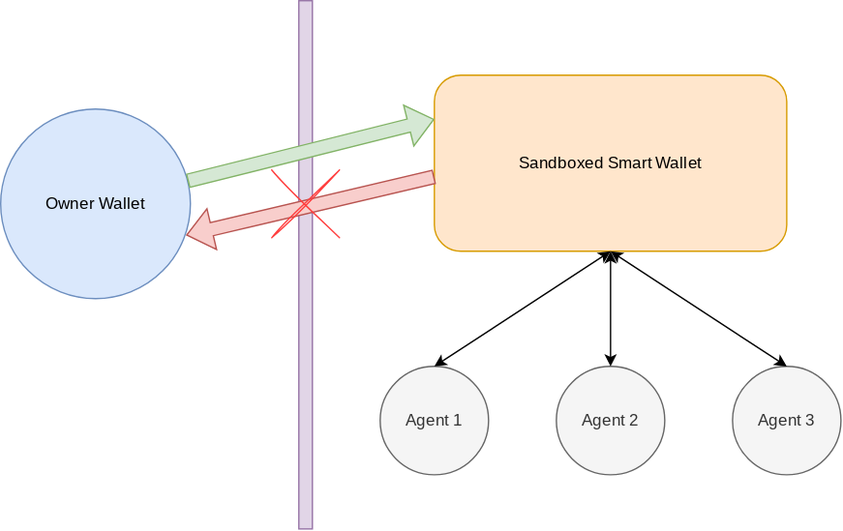
nxt3d/ERCs keeps this draw.io diagram as assets/erc-8199/Multi-SandboxedSmartWallet.svg. Above is the earlier version. Source tidied: cells renumbered, new cells last; positions are measured from the earlier drawing's top-left corner, leaving out a move shared by most shapes.
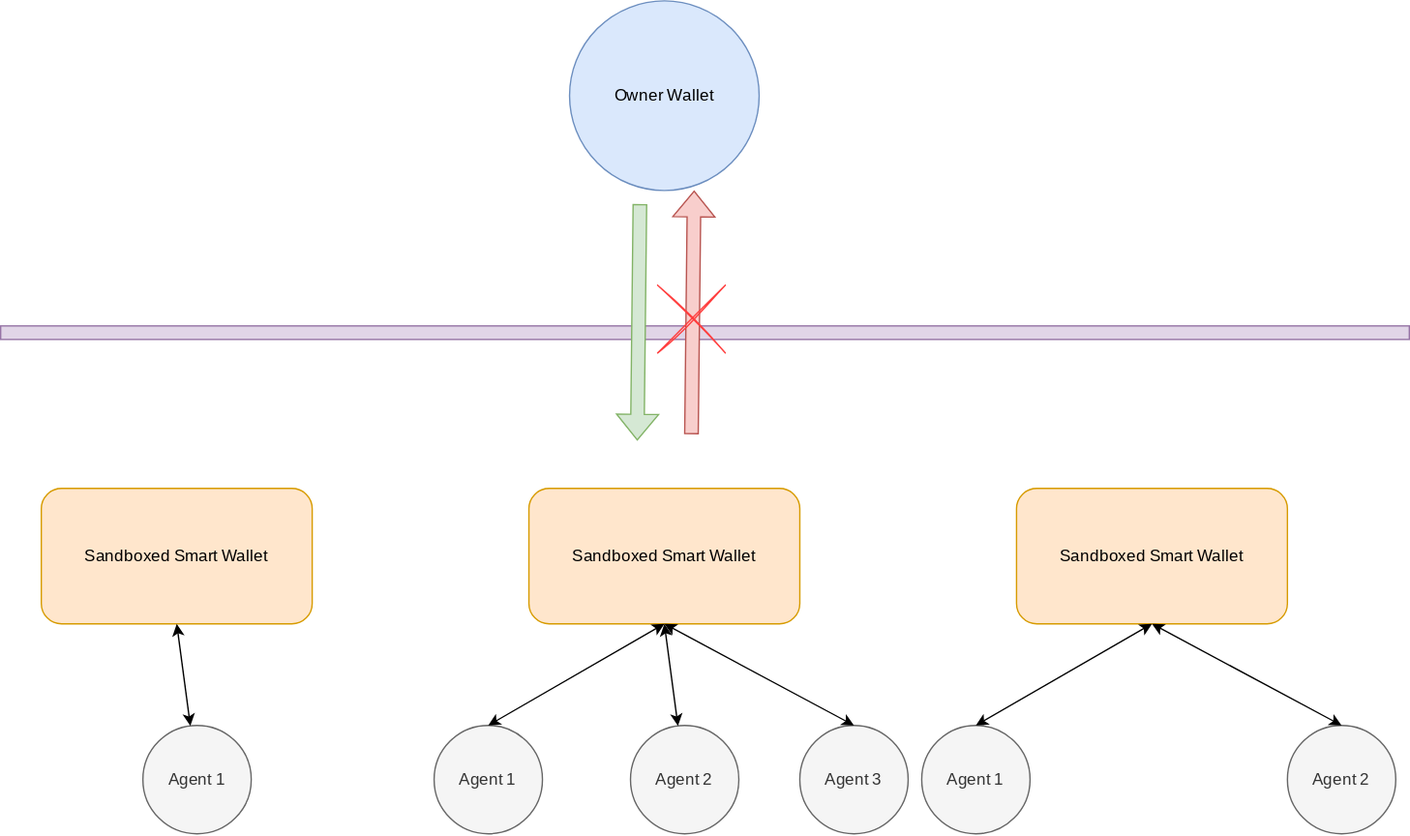
After the commit.

Diff of the diagram source:
```diff
@@ -2,43 +2,71 @@
   <root>
     <mxCell id="0" />
     <mxCell id="1" parent="0" />
-    <mxCell id="2" value="Sandboxed Smart Wallet" style="rounded=1;whiteSpace=wrap;html=1;hachureGap=4;fontFamily=Architects Daughter;fontSource=https%3A%2F%2Ffonts.googleapis.com%2Fcss%3Ffamily%3DArchitects%2BDaughter;fillColor=#ffe6cc;strokeColor=#d79b00;" parent="1" vertex="1">
-      <mxGeometry x="320" y="55" width="260" height="130" as="geometry" />
-    </mxCell>
+    <mxCell id="14" value="Sandboxed Smart Wallet" style="rounded=1;whiteSpace=wrap;html=1;hachureGap=4;fontFamily=Architects Daughter;fontSource=https%3A%2F%2Ffonts.googleapis.com%2Fcss%3Ffamily%3DArchitects%2BDaughter;fillColor=#ffe6cc;strokeColor=#d79b00;" parent="1" vertex="1">
+      <mxGeometry x="1100" y="10" width="200" height="100" as="geometry" />
+    </mxCell>
     <mxCell id="3" value="Owner Wallet" style="ellipse;whiteSpace=wrap;html=1;hachureGap=4;fontFamily=Architects Daughter;fontSource=https%3A%2F%2Ffonts.googleapis.com%2Fcss%3Ffamily%3DArchitects%2BDaughter;fillColor=#dae8fc;strokeColor=#6c8ebf;" parent="1" vertex="1">
-      <mxGeometry y="80" width="140" height="140" as="geometry" />
+      <mxGeometry x="1130" y="-350" width="140" height="140" as="geometry" />
     </mxCell>
-    <mxCell id="4" style="rounded=0;whiteSpace=wrap;html=1;hachureGap=4;fontFamily=Architects Daughter;fontSource=https%3A%2F%2Ffonts.googleapis.com%2Fcss%3Ffamily%3DArchitects%2BDaughter;fillColor=#e1d5e7;strokeColor=#9673a6;" parent="1" vertex="1">
-      <mxGeometry x="220" width="10" height="390" as="geometry" />
-    </mxCell>
-    <mxCell id="5" value="Agent 1" style="ellipse;whiteSpace=wrap;html=1;hachureGap=4;fontFamily=Architects Daughter;fontSource=https%3A%2F%2Ffonts.googleapis.com%2Fcss%3Ffamily%3DArchitects%2BDaughter;fillColor=#f5f5f5;strokeColor=#666666;fontColor=#333333;" parent="1" vertex="1">
-      <mxGeometry x="280" y="270" width="80" height="80" as="geometry" />
-    </mxCell>
+    <mxCell id="15" style="rounded=0;whiteSpace=wrap;html=1;hachureGap=4;fontFamily=Architects Daughter;fontSource=https%3A%2F%2Ffonts.googleapis.com%2Fcss%3Ffamily%3DArchitects%2BDaughter;fillColor=#e1d5e7;strokeColor=#9673a6;direction=south;" parent="1" vertex="1">
+      <mxGeometry x="710" y="-110" width="1040" height="10" as="geometry" />
+    </mxCell>
+    <mxCell id="16" value="Agent 1" style="ellipse;whiteSpace=wrap;html=1;hachureGap=4;fontFamily=Architects Daughter;fontSource=https%3A%2F%2Ffonts.googleapis.com%2Fcss%3Ffamily%3DArchitects%2BDaughter;fillColor=#f5f5f5;strokeColor=#666666;fontColor=#333333;" parent="1" vertex="1">
+      <mxGeometry x="1030" y="185" width="80" height="80" as="geometry" />
+    </mxCell>
     <mxCell id="6" value="Agent 3" style="ellipse;whiteSpace=wrap;html=1;hachureGap=4;fontFamily=Architects Daughter;fontSource=https%3A%2F%2Ffonts.googleapis.com%2Fcss%3Ffamily%3DArchitects%2BDaughter;fillColor=#f5f5f5;fontColor=#333333;strokeColor=#666666;" parent="1" vertex="1">
-      <mxGeometry x="540" y="270" width="80" height="80" as="geometry" />
+      <mxGeometry x="1300" y="185" width="80" height="80" as="geometry" />
     </mxCell>
-    <mxCell id="7" value="Agent 2" style="ellipse;whiteSpace=wrap;html=1;hachureGap=4;fontFamily=Architects Daughter;fontSource=https%3A%2F%2Ffonts.googleapis.com%2Fcss%3Ffamily%3DArchitects%2BDaughter;fillColor=#f5f5f5;fontColor=#333333;strokeColor=#666666;" parent="1" vertex="1">
-      <mxGeometry x="410" y="270" width="80" height="80" as="geometry" />
-    </mxCell>
-    <mxCell id="8" style="endArrow=classic;startArrow=classic;html=1;rounded=0;hachureGap=4;fontFamily=Architects Daughter;fontSource=https%3A%2F%2Ffonts.googleapis.com%2Fcss%3Ffamily%3DArchitects%2BDaughter;exitX=0.5;exitY=0;exitDx=0;exitDy=0;entryX=0.5;entryY=1;entryDx=0;entryDy=0;" parent="1" edge="1" source="5" target="2">
-      <mxGeometry relative="1" as="geometry" />
-    </mxCell>
-    <mxCell id="9" style="endArrow=classic;startArrow=classic;html=1;rounded=0;hachureGap=4;fontFamily=Architects Daughter;fontSource=https%3A%2F%2Ffonts.googleapis.com%2Fcss%3Ffamily%3DArchitects%2BDaughter;entryX=0.5;entryY=1;entryDx=0;entryDy=0;" parent="1" edge="1" source="7" target="2">
-      <mxGeometry relative="1" as="geometry" />
-    </mxCell>
-    <mxCell id="10" style="endArrow=classic;startArrow=classic;html=1;rounded=0;hachureGap=4;fontFamily=Architects Daughter;fontSource=https%3A%2F%2Ffonts.googleapis.com%2Fcss%3Ffamily%3DArchitects%2BDaughter;exitX=0.5;exitY=0;exitDx=0;exitDy=0;entryX=0.5;entryY=1;entryDx=0;entryDy=0;" parent="1" edge="1" source="6" target="2">
-      <mxGeometry relative="1" as="geometry" />
-    </mxCell>
-    <mxCell id="11" style="shape=flexArrow;endArrow=classic;html=1;rounded=0;hachureGap=4;fontFamily=Architects Daughter;fontSource=https%3A%2F%2Ffonts.googleapis.com%2Fcss%3Ffamily%3DArchitects%2BDaughter;entryX=0;entryY=0.25;entryDx=0;entryDy=0;fillColor=#d5e8d4;strokeColor=#82b366;" parent="1" edge="1" source="3" target="2">
-      <mxGeometry relative="1" as="geometry" />
-    </mxCell>
-    <mxCell id="12" style="endArrow=classic;html=1;rounded=0;hachureGap=4;fontFamily=Architects Daughter;fontSource=https%3A%2F%2Ffonts.googleapis.com%2Fcss%3Ffamily%3DArchitects%2BDaughter;entryX=0.977;entryY=0.665;entryDx=0;entryDy=0;entryPerimeter=0;fillColor=#f8cecc;strokeColor=#b85450;shape=flexArrow;" parent="1" edge="1" target="3">
-      <mxGeometry relative="1" as="geometry">
-        <mxPoint x="320" y="130" as="sourcePoint" />
-      </mxGeometry>
-    </mxCell>
-    <mxCell id="13" style="shape=mxgraph.sysml.x;sketch=1;hachureGap=4;jiggle=2;curveFitting=1;fontFamily=Architects Daughter;fontSource=https%3A%2F%2Ffonts.googleapis.com%2Fcss%3Ffamily%3DArchitects%2BDaughter;strokeColor=#FF3E3E;" parent="1" vertex="1">
-      <mxGeometry x="200" y="125" width="50" height="50" as="geometry" />
-    </mxCell>
+    <mxCell id="17" value="Agent 2" style="ellipse;whiteSpace=wrap;html=1;hachureGap=4;fontFamily=Architects Daughter;fontSource=https%3A%2F%2Ffonts.googleapis.com%2Fcss%3Ffamily%3DArchitects%2BDaughter;fillColor=#f5f5f5;fontColor=#333333;strokeColor=#666666;" parent="1" vertex="1">
+      <mxGeometry x="1175" y="185" width="80" height="80" as="geometry" />
+    </mxCell>
+    <mxCell id="18" style="endArrow=classic;startArrow=classic;html=1;rounded=0;hachureGap=4;fontFamily=Architects Daughter;fontSource=https%3A%2F%2Ffonts.googleapis.com%2Fcss%3Ffamily%3DArchitects%2BDaughter;exitX=0.5;exitY=0;exitDx=0;exitDy=0;entryX=0.5;entryY=1;entryDx=0;entryDy=0;" parent="1" edge="1" source="16" target="14">
+      <mxGeometry relative="1" as="geometry" />
+    </mxCell>
+    <mxCell id="19" style="endArrow=classic;startArrow=classic;html=1;rounded=0;hachureGap=4;fontFamily=Architects Daughter;fontSource=https%3A%2F%2Ffonts.googleapis.com%2Fcss%3Ffamily%3DArchitects%2BDaughter;entryX=0.5;entryY=1;entryDx=0;entryDy=0;" parent="1" edge="1" source="17" target="14">
+      <mxGeometry relative="1" as="geometry" />
+    </mxCell>
+    <mxCell id="20" style="endArrow=classic;startArrow=classic;html=1;rounded=0;hachureGap=4;fontFamily=Architects Daughter;fontSource=https%3A%2F%2Ffonts.googleapis.com%2Fcss%3Ffamily%3DArchitects%2BDaughter;exitX=0.5;exitY=0;exitDx=0;exitDy=0;entryX=0.5;entryY=1;entryDx=0;entryDy=0;" parent="1" edge="1" source="6" target="14">
+      <mxGeometry relative="1" as="geometry" />
+    </mxCell>
+    <mxCell id="21" style="shape=flexArrow;endArrow=classic;html=1;rounded=0;hachureGap=4;fontFamily=Architects Daughter;fontSource=https%3A%2F%2Ffonts.googleapis.com%2Fcss%3Ffamily%3DArchitects%2BDaughter;fillColor=#d5e8d4;strokeColor=#82b366;exitX=0.371;exitY=0.966;exitDx=0;exitDy=0;exitPerimeter=0;" parent="1" edge="1">
+      <mxGeometry relative="1" as="geometry">
+        <mxPoint x="1181.9" y="-200" as="sourcePoint" />
+        <mxPoint x="1180" y="-25.2" as="targetPoint" />
+      </mxGeometry>
+    </mxCell>
+    <mxCell id="22" style="endArrow=classic;html=1;rounded=0;hachureGap=4;fontFamily=Architects Daughter;fontSource=https%3A%2F%2Ffonts.googleapis.com%2Fcss%3Ffamily%3DArchitects%2BDaughter;fillColor=#f8cecc;strokeColor=#b85450;shape=flexArrow;" parent="1" edge="1">
+      <mxGeometry relative="1" as="geometry">
+        <mxPoint x="1220" y="-30" as="sourcePoint" />
+        <mxPoint x="1222" y="-210" as="targetPoint" />
+      </mxGeometry>
+    </mxCell>
+    <mxCell id="23" style="shape=mxgraph.sysml.x;sketch=1;hachureGap=4;jiggle=2;curveFitting=1;fontFamily=Architects Daughter;fontSource=https%3A%2F%2Ffonts.googleapis.com%2Fcss%3Ffamily%3DArchitects%2BDaughter;strokeColor=#FF3E3E;" parent="1" vertex="1">
+      <mxGeometry x="1195" y="-140" width="50" height="50" as="geometry" />
+    </mxCell>
+    <mxCell id="24" value="Sandboxed Smart Wallet" style="rounded=1;whiteSpace=wrap;html=1;hachureGap=4;fontFamily=Architects Daughter;fontSource=https%3A%2F%2Ffonts.googleapis.com%2Fcss%3Ffamily%3DArchitects%2BDaughter;fillColor=#ffe6cc;strokeColor=#d79b00;" parent="1" vertex="1">
+      <mxGeometry x="740" y="10" width="200" height="100" as="geometry" />
+    </mxCell>
+    <mxCell id="25" value="Agent 1" style="ellipse;whiteSpace=wrap;html=1;hachureGap=4;fontFamily=Architects Daughter;fontSource=https%3A%2F%2Ffonts.googleapis.com%2Fcss%3Ffamily%3DArchitects%2BDaughter;fillColor=#f5f5f5;fontColor=#333333;strokeColor=#666666;" parent="1" vertex="1">
+      <mxGeometry x="815" y="185" width="80" height="80" as="geometry" />
+    </mxCell>
+    <mxCell id="26" style="endArrow=classic;startArrow=classic;html=1;rounded=0;hachureGap=4;fontFamily=Architects Daughter;fontSource=https%3A%2F%2Ffonts.googleapis.com%2Fcss%3Ffamily%3DArchitects%2BDaughter;entryX=0.5;entryY=1;entryDx=0;entryDy=0;" parent="1" edge="1" source="25" target="24">
+      <mxGeometry relative="1" as="geometry" />
+    </mxCell>
+    <mxCell id="27" value="Sandboxed Smart Wallet" style="rounded=1;whiteSpace=wrap;html=1;hachureGap=4;fontFamily=Architects Daughter;fontSource=https%3A%2F%2Ffonts.googleapis.com%2Fcss%3Ffamily%3DArchitects%2BDaughter;fillColor=#ffe6cc;strokeColor=#d79b00;" parent="1" vertex="1">
+      <mxGeometry x="1460" y="10" width="200" height="100" as="geometry" />
+    </mxCell>
+    <mxCell id="28" value="Agent 1" style="ellipse;whiteSpace=wrap;html=1;hachureGap=4;fontFamily=Architects Daughter;fontSource=https%3A%2F%2Ffonts.googleapis.com%2Fcss%3Ffamily%3DArchitects%2BDaughter;fillColor=#f5f5f5;strokeColor=#666666;fontColor=#333333;" parent="1" vertex="1">
+      <mxGeometry x="1390" y="185" width="80" height="80" as="geometry" />
+    </mxCell>
+    <mxCell id="29" value="Agent 2" style="ellipse;whiteSpace=wrap;html=1;hachureGap=4;fontFamily=Architects Daughter;fontSource=https%3A%2F%2Ffonts.googleapis.com%2Fcss%3Ffamily%3DArchitects%2BDaughter;fillColor=#f5f5f5;fontColor=#333333;strokeColor=#666666;" parent="1" vertex="1">
+      <mxGeometry x="1660" y="185" width="80" height="80" as="geometry" />
+    </mxCell>
+    <mxCell id="30" style="endArrow=classic;startArrow=classic;html=1;rounded=0;hachureGap=4;fontFamily=Architects Daughter;fontSource=https%3A%2F%2Ffonts.googleapis.com%2Fcss%3Ffamily%3DArchitects%2BDaughter;exitX=0.5;exitY=0;exitDx=0;exitDy=0;entryX=0.5;entryY=1;entryDx=0;entryDy=0;" parent="1" edge="1" source="28" target="27">
+      <mxGeometry relative="1" as="geometry" />
+    </mxCell>
+    <mxCell id="31" style="endArrow=classic;startArrow=classic;html=1;rounded=0;hachureGap=4;fontFamily=Architects Daughter;fontSource=https%3A%2F%2Ffonts.googleapis.com%2Fcss%3Ffamily%3DArchitects%2BDaughter;exitX=0.5;exitY=0;exitDx=0;exitDy=0;entryX=0.5;entryY=1;entryDx=0;entryDy=0;" parent="1" edge="1" source="29" target="27">
+      <mxGeometry relative="1" as="geometry" />
+    </mxCell>
   </root>
 </mxGraphModel>
```
